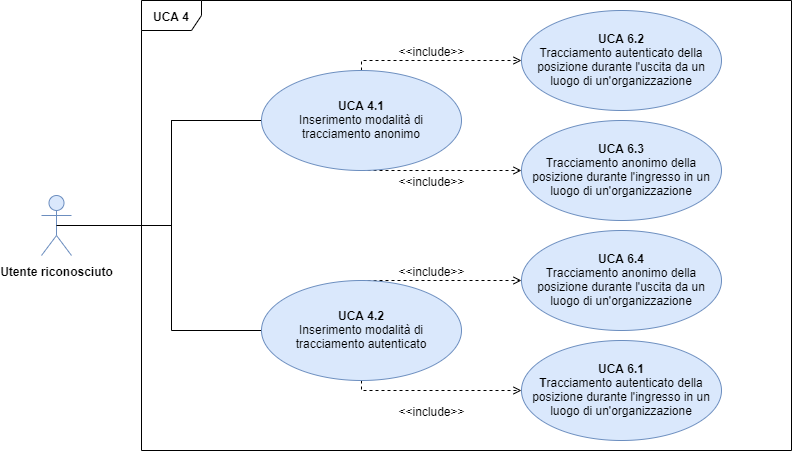
Earlier version of the draw.io export DocumentazioneEsterna/AnalisiDeiRequisiti/Sezioni/UseCase/Immagini/UCA4.png (qb-team/Stalker-Documentazione). Source tidied: cells renumbered, new cells last; positions are measured from the earlier drawing's top-left corner, leaving out a move shared by most shapes.
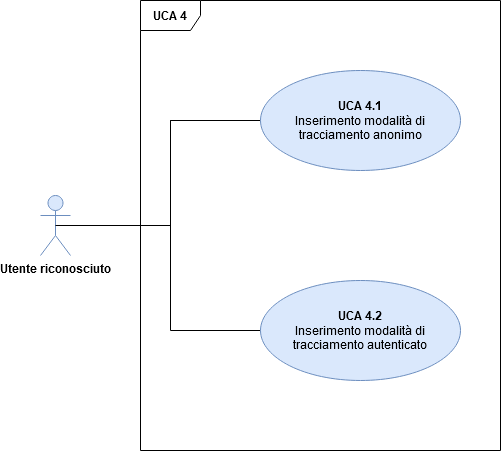
The same diagram one commit later.

What changed in the source:
```diff
@@ -1,94 +1,40 @@
-<mxGraphModel background="#ffffff">
+<mxGraphModel>
   <root>
     <mxCell id="0" />
     <mxCell id="1" parent="0" />
     <mxCell id="2" value="&lt;b&gt;UCA 4&lt;/b&gt;" style="shape=umlFrame;whiteSpace=wrap;html=1;fontFamily=Helvetica;fontSize=12;" parent="1" vertex="1">
-      <mxGeometry x="100" width="650" height="450" as="geometry" />
+      <mxGeometry x="100" width="360" height="450" as="geometry" />
     </mxCell>
     <mxCell id="3" value="&lt;b&gt;Utente riconosciuto&lt;/b&gt;" style="shape=umlActor;verticalLabelPosition=bottom;labelBackgroundColor=#ffffff;verticalAlign=top;html=1;fillColor=#dae8fc;strokeColor=#6c8ebf;fontFamily=Helvetica;fontSize=12;" parent="1" vertex="1">
       <mxGeometry y="195" width="30" height="60" as="geometry" />
     </mxCell>
-    <mxCell id="4" style="edgeStyle=orthogonalEdgeStyle;rounded=0;jettySize=auto;html=1;endArrow=none;endFill=0;exitX=0.5;exitY=0.5;exitDx=0;exitDy=0;exitPerimeter=0;fontFamily=Helvetica;fontSize=12;" parent="1" edge="1" source="3">
-      <mxGeometry relative="1" as="geometry">
-        <mxPoint x="140" y="120" as="targetPoint" />
-        <Array as="points">
-          <mxPoint x="130" y="225" />
-          <mxPoint x="130" y="120" />
-        </Array>
-      </mxGeometry>
-    </mxCell>
-    <mxCell id="5" style="edgeStyle=orthogonalEdgeStyle;rounded=0;jettySize=auto;html=1;exitX=0;exitY=0.5;exitDx=0;exitDy=0;endArrow=none;endFill=0;fontFamily=Helvetica;fontSize=12;" parent="1" edge="1" source="8">
-      <mxGeometry relative="1" as="geometry">
-        <mxPoint x="130" y="260" as="targetPoint" />
-      </mxGeometry>
-    </mxCell>
-    <mxCell id="6" style="edgeStyle=orthogonalEdgeStyle;rounded=0;jettySize=auto;html=1;entryX=0;entryY=0.5;entryDx=0;entryDy=0;dashed=1;exitX=0.5;exitY=1;exitDx=0;exitDy=0;endArrow=open;endFill=0;" parent="1" edge="1" source="8" target="14">
-      <mxGeometry relative="1" as="geometry">
-        <Array as="points">
-          <mxPoint x="390" y="170" />
-          <mxPoint x="390" y="170" />
-        </Array>
-      </mxGeometry>
-    </mxCell>
-    <mxCell id="7" style="edgeStyle=orthogonalEdgeStyle;rounded=0;jettySize=auto;html=1;entryX=0;entryY=0.5;entryDx=0;entryDy=0;dashed=1;exitX=0.5;exitY=0;exitDx=0;exitDy=0;endArrow=open;endFill=0;" parent="1" edge="1" source="8" target="13">
-      <mxGeometry relative="1" as="geometry">
-        <Array as="points">
-          <mxPoint x="320" y="60" />
-        </Array>
-      </mxGeometry>
-    </mxCell>
+    <mxCell id="21" style="edgeStyle=orthogonalEdgeStyle;rounded=0;jettySize=auto;html=1;endArrow=none;endFill=0;exitX=0.5;exitY=0.5;exitDx=0;exitDy=0;exitPerimeter=0;fontFamily=Helvetica;fontSize=12;" parent="1" edge="1" source="3">
+      <mxGeometry relative="1" as="geometry">
+        <mxPoint x="140" y="120" as="targetPoint" />
+        <Array as="points">
+          <mxPoint x="130" y="225" />
+          <mxPoint x="130" y="120" />
+        </Array>
+      </mxGeometry>
+    </mxCell>
+    <mxCell id="22" style="edgeStyle=orthogonalEdgeStyle;rounded=0;jettySize=auto;html=1;exitX=0;exitY=0.5;exitDx=0;exitDy=0;endArrow=none;endFill=0;fontFamily=Helvetica;fontSize=12;" parent="1" edge="1" source="8">
+      <mxGeometry relative="1" as="geometry">
+        <mxPoint x="130" y="260" as="targetPoint" />
+      </mxGeometry>
+    </mxCell>
     <mxCell id="8" value="&lt;span style=&quot;font-size: 12px&quot;&gt;&lt;b&gt;UCA 4.1&lt;br&gt;&lt;/b&gt;Inserimento modalità di tracciamento anonimo&lt;/span&gt;" style="ellipse;whiteSpace=wrap;html=1;fillColor=#dae8fc;strokeColor=#6c8ebf;fontFamily=Helvetica;fontSize=12;" parent="1" vertex="1">
       <mxGeometry x="220" y="70" width="200" height="100" as="geometry" />
     </mxCell>
-    <mxCell id="9" style="edgeStyle=orthogonalEdgeStyle;rounded=0;jettySize=auto;html=1;exitX=0;exitY=0.5;exitDx=0;exitDy=0;endArrow=none;endFill=0;fontFamily=Helvetica;fontSize=12;" parent="1" edge="1" source="12">
-      <mxGeometry relative="1" as="geometry">
-        <mxPoint x="130" y="250" as="targetPoint" />
-        <Array as="points">
-          <mxPoint x="130" y="330" />
-        </Array>
-      </mxGeometry>
-    </mxCell>
-    <mxCell id="10" style="edgeStyle=orthogonalEdgeStyle;rounded=0;jettySize=auto;html=1;entryX=0;entryY=0.5;entryDx=0;entryDy=0;exitX=0.5;exitY=1;exitDx=0;exitDy=0;dashed=1;endArrow=open;endFill=0;" parent="1" edge="1" source="12" target="16">
-      <mxGeometry relative="1" as="geometry">
-        <Array as="points">
-          <mxPoint x="320" y="390" />
-        </Array>
-      </mxGeometry>
-    </mxCell>
-    <mxCell id="11" style="edgeStyle=orthogonalEdgeStyle;rounded=0;jettySize=auto;html=1;entryX=0;entryY=0.5;entryDx=0;entryDy=0;dashed=1;exitX=0.5;exitY=0;exitDx=0;exitDy=0;endArrow=open;endFill=0;" parent="1" edge="1" source="12" target="15">
-      <mxGeometry relative="1" as="geometry">
-        <Array as="points">
-          <mxPoint x="390" y="280" />
-          <mxPoint x="390" y="280" />
-        </Array>
-      </mxGeometry>
-    </mxCell>
+    <mxCell id="23" style="edgeStyle=orthogonalEdgeStyle;rounded=0;jettySize=auto;html=1;exitX=0;exitY=0.5;exitDx=0;exitDy=0;endArrow=none;endFill=0;fontFamily=Helvetica;fontSize=12;" parent="1" edge="1" source="12">
+      <mxGeometry relative="1" as="geometry">
+        <mxPoint x="130" y="250" as="targetPoint" />
+        <Array as="points">
+          <mxPoint x="130" y="330" />
+        </Array>
+      </mxGeometry>
+    </mxCell>
     <mxCell id="12" value="&lt;span style=&quot;font-size: 12px&quot;&gt;&lt;b&gt;UCA 4.2&lt;br&gt;&lt;/b&gt;Inserimento modalità di tracciamento autenticato&lt;/span&gt;" style="ellipse;whiteSpace=wrap;html=1;fillColor=#dae8fc;strokeColor=#6c8ebf;fontFamily=Helvetica;fontSize=12;" parent="1" vertex="1">
       <mxGeometry x="220" y="280" width="200" height="100" as="geometry" />
     </mxCell>
-    <mxCell id="13" value="&lt;b&gt;UCA 6.2&lt;/b&gt;&lt;br&gt;Tracciamento autenticato della posizione durante l'uscita da un luogo di un'organizzazione" style="ellipse;whiteSpace=wrap;html=1;fillColor=#dae8fc;strokeColor=#6c8ebf;fontFamily=Helvetica;fontSize=12;" parent="1" vertex="1">
-      <mxGeometry x="480" y="10" width="200" height="100" as="geometry" />
-    </mxCell>
-    <mxCell id="14" value="&lt;b&gt;UCA 6.3&lt;/b&gt;&lt;br&gt;Tracciamento anonimo della posizione durante l'ingresso in un luogo di un'organizzazione" style="ellipse;whiteSpace=wrap;html=1;fillColor=#dae8fc;strokeColor=#6c8ebf;fontFamily=Helvetica;fontSize=12;" parent="1" vertex="1">
-      <mxGeometry x="480" y="120" width="200" height="100" as="geometry" />
-    </mxCell>
-    <mxCell id="15" value="&lt;b&gt;UCA 6.4&lt;/b&gt;&lt;br&gt;Tracciamento anonimo della posizione durante l'uscita da un luogo di un'organizzazione" style="ellipse;whiteSpace=wrap;html=1;fillColor=#dae8fc;strokeColor=#6c8ebf;fontFamily=Helvetica;fontSize=12;" parent="1" vertex="1">
-      <mxGeometry x="480" y="230" width="200" height="100" as="geometry" />
-    </mxCell>
-    <mxCell id="16" value="&lt;b&gt;UCA 6.1&lt;br&gt;T&lt;/b&gt;racciamento autenticato della posizione durante l'ingresso in un luogo di un'organizzazione" style="ellipse;whiteSpace=wrap;html=1;fillColor=#dae8fc;strokeColor=#6c8ebf;fontFamily=Helvetica;fontSize=12;" parent="1" vertex="1">
-      <mxGeometry x="480" y="340" width="200" height="100" as="geometry" />
-    </mxCell>
-    <mxCell id="17" value="&amp;lt;&amp;lt;include&amp;gt;&amp;gt;" style="text;html=1;align=center;verticalAlign=middle;" parent="1" vertex="1">
-      <mxGeometry x="350" y="400" width="80" height="20" as="geometry" />
-    </mxCell>
-    <mxCell id="18" value="&amp;lt;&amp;lt;include&amp;gt;&amp;gt;" style="text;html=1;align=center;verticalAlign=middle;" parent="1" vertex="1">
-      <mxGeometry x="350" y="260" width="80" height="20" as="geometry" />
-    </mxCell>
-    <mxCell id="19" value="&amp;lt;&amp;lt;include&amp;gt;&amp;gt;" style="text;html=1;align=center;verticalAlign=middle;" parent="1" vertex="1">
-      <mxGeometry x="350" y="170" width="80" height="20" as="geometry" />
-    </mxCell>
-    <mxCell id="20" value="&amp;lt;&amp;lt;include&amp;gt;&amp;gt;" style="text;html=1;align=center;verticalAlign=middle;" parent="1" vertex="1">
-      <mxGeometry x="350" y="40" width="80" height="20" as="geometry" />
-    </mxCell>
   </root>
 </mxGraphModel>
```
